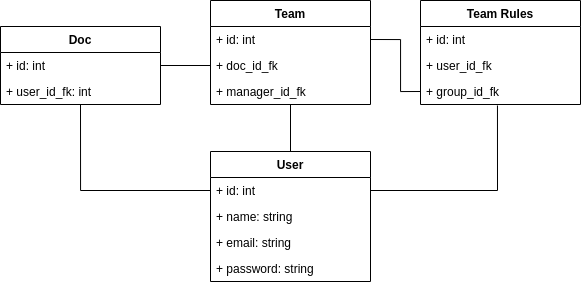
The draw.io diagram docs/Rule-Permissions.png in joaomede/api-doc-js-sdk, before a commit. Source tidied: cells renumbered, new cells last; positions are measured from the earlier drawing's top-left corner, leaving out a move shared by most shapes.
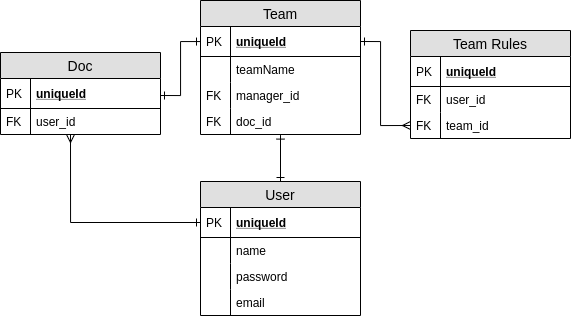
The same diagram one commit later.

Change to the diagram source:
```diff
@@ -2,78 +2,123 @@
   <root>
     <mxCell id="0" />
     <mxCell id="1" parent="0" />
-    <mxCell id="2" value="User" style="swimlane;fontStyle=1;align=center;verticalAlign=top;horizontal=1;startSize=26;" parent="1" vertex="1">
-      <mxGeometry x="210" y="151" width="160" height="130" as="geometry" />
+    <mxCell id="2" style="edgeStyle=orthogonalEdgeStyle;rounded=0;jettySize=auto;html=1;exitX=0;exitY=0.5;exitDx=0;exitDy=0;entryX=1;entryY=0.5;entryDx=0;entryDy=0;startArrow=ERmany;startFill=0;endArrow=ERone;endFill=0;" parent="1" edge="1" source="25" target="28">
+      <mxGeometry relative="1" as="geometry">
+        <Array as="points">
+          <mxPoint x="390" y="-56" />
+          <mxPoint x="390" y="-140" />
+        </Array>
+      </mxGeometry>
     </mxCell>
-    <mxCell id="3" value="+ id: int" style="text;strokeColor=none;fillColor=none;align=left;verticalAlign=top;spacingLeft=4;spacingRight=4;overflow=hidden;points=[[0,0.5],[1,0.5]];portConstraint=eastwest;" parent="2" vertex="1">
-      <mxGeometry y="26" width="160" height="26" as="geometry" />
+    <mxCell id="3" style="edgeStyle=orthogonalEdgeStyle;rounded=0;jettySize=auto;html=1;startArrow=ERmany;startFill=0;endArrow=ERone;endFill=0;entryX=0;entryY=0.5;entryDx=0;entryDy=0;" parent="1" edge="1" target="12">
+      <mxGeometry relative="1" as="geometry">
+        <mxPoint x="80" y="-47" as="sourcePoint" />
+        <Array as="points">
+          <mxPoint x="80" y="41" />
+        </Array>
+      </mxGeometry>
     </mxCell>
-    <mxCell id="4" value="+ name: string" style="text;strokeColor=none;fillColor=none;align=left;verticalAlign=top;spacingLeft=4;spacingRight=4;overflow=hidden;" parent="2" vertex="1">
-      <mxGeometry y="52" width="160" height="26" as="geometry" />
+    <mxCell id="4" style="edgeStyle=orthogonalEdgeStyle;rounded=0;jettySize=auto;html=1;exitX=1;exitY=0.5;exitDx=0;exitDy=0;startArrow=ERone;startFill=0;endArrow=ERone;endFill=0;" parent="1" edge="1" target="28">
+      <mxGeometry relative="1" as="geometry">
+        <mxPoint x="170" y="-86" as="sourcePoint" />
+        <Array as="points">
+          <mxPoint x="190" y="-86" />
+          <mxPoint x="190" y="-140" />
+        </Array>
+      </mxGeometry>
     </mxCell>
-    <mxCell id="5" value="+ email: string" style="text;strokeColor=none;fillColor=none;align=left;verticalAlign=top;spacingLeft=4;spacingRight=4;overflow=hidden;" parent="2" vertex="1">
-      <mxGeometry y="78" width="160" height="26" as="geometry" />
+    <mxCell id="5" value="Doc" style="swimlane;fontStyle=0;horizontal=1;startSize=26;fillColor=#e0e0e0;swimlaneFillColor=#ffffff;align=center;fontSize=14;" parent="1" vertex="1">
+      <mxGeometry x="10" y="-129" width="160" height="82" as="geometry" />
     </mxCell>
-    <mxCell id="6" value="+ password: string" style="text;strokeColor=none;fillColor=none;align=left;verticalAlign=top;spacingLeft=4;spacingRight=4;overflow=hidden;" parent="2" vertex="1">
-      <mxGeometry y="104" width="160" height="26" as="geometry" />
+    <mxCell id="6" value="uniqueId" style="shape=partialRectangle;top=0;left=0;right=0;bottom=1;align=left;verticalAlign=middle;fillColor=none;spacingLeft=34;spacingRight=4;overflow=hidden;fontStyle=5;fontSize=12;" parent="5" vertex="1">
+      <mxGeometry y="26" width="160" height="30" as="geometry" />
     </mxCell>
-    <mxCell id="7" value="Doc" style="swimlane;fontStyle=1;align=center;verticalAlign=top;horizontal=1;startSize=26;" parent="1" vertex="1">
-      <mxGeometry y="26" width="160" height="78" as="geometry" />
+    <mxCell id="7" value="PK" style="shape=partialRectangle;top=0;left=0;bottom=0;fillColor=none;align=left;verticalAlign=middle;spacingLeft=4;spacingRight=4;overflow=hidden;fontSize=12;" parent="6" vertex="1">
+      <mxGeometry width="30" height="30" as="geometry" />
     </mxCell>
-    <mxCell id="8" value="+ id: int" style="text;strokeColor=none;fillColor=none;align=left;verticalAlign=top;spacingLeft=4;spacingRight=4;overflow=hidden;points=[[0,0.5],[1,0.5]];portConstraint=eastwest;" parent="7" vertex="1">
-      <mxGeometry y="26" width="160" height="26" as="geometry" />
+    <mxCell id="8" value="user_id" style="shape=partialRectangle;top=0;left=0;right=0;bottom=0;align=left;verticalAlign=top;fillColor=none;spacingLeft=34;spacingRight=4;overflow=hidden;points=[[0,0.5],[1,0.5]];portConstraint=eastwest;fontSize=12;" parent="5" vertex="1">
+      <mxGeometry y="56" width="160" height="26" as="geometry" />
     </mxCell>
-    <mxCell id="9" value="+ user_id_fk: int" style="text;strokeColor=none;fillColor=none;align=left;verticalAlign=top;spacingLeft=4;spacingRight=4;overflow=hidden;" parent="7" vertex="1">
-      <mxGeometry y="52" width="160" height="26" as="geometry" />
+    <mxCell id="9" value="FK" style="shape=partialRectangle;top=0;left=0;bottom=0;fillColor=none;align=left;verticalAlign=top;spacingLeft=4;spacingRight=4;overflow=hidden;fontSize=12;" parent="8" vertex="1">
+      <mxGeometry width="30" height="26" as="geometry" />
     </mxCell>
-    <mxCell id="10" style="edgeStyle=orthogonalEdgeStyle;rounded=0;jettySize=auto;html=1;entryX=0.5;entryY=0;entryDx=0;entryDy=0;startArrow=none;startFill=0;endArrow=none;endFill=0;" parent="1" edge="1" source="11" target="2">
+    <mxCell id="10" style="edgeStyle=orthogonalEdgeStyle;rounded=0;jettySize=auto;html=1;entryX=0.5;entryY=1.023;entryDx=0;entryDy=0;entryPerimeter=0;startArrow=ERone;startFill=0;endArrow=ERone;endFill=0;" parent="1" edge="1" source="11" target="34">
       <mxGeometry relative="1" as="geometry" />
     </mxCell>
-    <mxCell id="11" value="Team" style="swimlane;fontStyle=1;align=center;verticalAlign=top;horizontal=1;startSize=26;" parent="1" vertex="1">
-      <mxGeometry x="210" width="160" height="104" as="geometry" />
+    <mxCell id="11" value="User" style="swimlane;fontStyle=0;horizontal=1;startSize=26;fillColor=#e0e0e0;swimlaneFillColor=#ffffff;align=center;fontSize=14;" parent="1" vertex="1">
+      <mxGeometry x="210" width="160" height="134" as="geometry" />
     </mxCell>
-    <mxCell id="12" value="+ id: int" style="text;strokeColor=none;fillColor=none;align=left;verticalAlign=top;spacingLeft=4;spacingRight=4;overflow=hidden;points=[[0,0.5],[1,0.5]];portConstraint=eastwest;" parent="11" vertex="1">
-      <mxGeometry y="26" width="160" height="26" as="geometry" />
+    <mxCell id="12" value="uniqueId" style="shape=partialRectangle;top=0;left=0;right=0;bottom=1;align=left;verticalAlign=middle;fillColor=none;spacingLeft=34;spacingRight=4;overflow=hidden;points=[[0,0.5],[1,0.5]];portConstraint=eastwest;fontStyle=5;fontSize=12;" parent="11" vertex="1">
+      <mxGeometry y="26" width="160" height="30" as="geometry" />
     </mxCell>
-    <mxCell id="13" value="+ doc_id_fk" style="text;strokeColor=none;fillColor=none;align=left;verticalAlign=top;spacingLeft=4;spacingRight=4;overflow=hidden;points=[[0,0.5],[1,0.5]];portConstraint=eastwest;" parent="11" vertex="1">
-      <mxGeometry y="52" width="160" height="26" as="geometry" />
+    <mxCell id="13" value="PK" style="shape=partialRectangle;top=0;left=0;bottom=0;fillColor=none;align=left;verticalAlign=middle;spacingLeft=4;spacingRight=4;overflow=hidden;points=[];portConstraint=eastwest;fontSize=12;" parent="12" vertex="1">
+      <mxGeometry width="30" height="30" as="geometry" />
     </mxCell>
-    <mxCell id="14" value="+ manager_id_fk" style="text;strokeColor=none;fillColor=none;align=left;verticalAlign=top;spacingLeft=4;spacingRight=4;overflow=hidden;" parent="11" vertex="1">
-      <mxGeometry y="78" width="160" height="26" as="geometry" />
+    <mxCell id="14" value="name" style="shape=partialRectangle;top=0;left=0;right=0;bottom=0;align=left;verticalAlign=top;fillColor=none;spacingLeft=34;spacingRight=4;overflow=hidden;fontSize=12;" parent="11" vertex="1">
+      <mxGeometry y="56" width="160" height="26" as="geometry" />
     </mxCell>
-    <mxCell id="15" value="Team Rules" style="swimlane;fontStyle=1;align=center;verticalAlign=top;horizontal=1;startSize=26;" parent="1" vertex="1">
-      <mxGeometry x="420" width="160" height="104" as="geometry" />
+    <mxCell id="15" style="shape=partialRectangle;top=0;left=0;bottom=0;fillColor=none;align=left;verticalAlign=top;spacingLeft=4;spacingRight=4;overflow=hidden;fontSize=12;" parent="14" vertex="1">
+      <mxGeometry width="30" height="26" as="geometry" />
     </mxCell>
-    <mxCell id="16" value="+ id: int" style="text;strokeColor=none;fillColor=none;align=left;verticalAlign=top;spacingLeft=4;spacingRight=4;overflow=hidden;" parent="15" vertex="1">
-      <mxGeometry y="26" width="160" height="26" as="geometry" />
+    <mxCell id="16" value="password" style="shape=partialRectangle;top=0;left=0;right=0;bottom=0;align=left;verticalAlign=top;fillColor=none;spacingLeft=34;spacingRight=4;overflow=hidden;fontSize=12;" parent="11" vertex="1">
+      <mxGeometry y="82" width="160" height="26" as="geometry" />
     </mxCell>
-    <mxCell id="17" value="+ user_id_fk" style="text;strokeColor=none;fillColor=none;align=left;verticalAlign=top;spacingLeft=4;spacingRight=4;overflow=hidden;" parent="15" vertex="1">
-      <mxGeometry y="52" width="160" height="26" as="geometry" />
+    <mxCell id="17" style="shape=partialRectangle;top=0;left=0;bottom=0;fillColor=none;align=left;verticalAlign=top;spacingLeft=4;spacingRight=4;overflow=hidden;fontSize=12;" parent="16" vertex="1">
+      <mxGeometry width="30" height="26" as="geometry" />
     </mxCell>
-    <mxCell id="18" value="+ group_id_fk" style="text;strokeColor=none;fillColor=none;align=left;verticalAlign=top;spacingLeft=4;spacingRight=4;overflow=hidden;points=[[0,0.5],[1,0.5]];portConstraint=eastwest;" parent="15" vertex="1">
-      <mxGeometry y="78" width="160" height="26" as="geometry" />
+    <mxCell id="18" value="email" style="shape=partialRectangle;top=0;left=0;right=0;bottom=0;align=left;verticalAlign=top;fillColor=none;spacingLeft=34;spacingRight=4;overflow=hidden;points=[[0,0.5],[1,0.5]];portConstraint=eastwest;fontSize=12;" parent="11" vertex="1">
+      <mxGeometry y="108" width="160" height="26" as="geometry" />
     </mxCell>
-    <mxCell id="19" style="edgeStyle=orthogonalEdgeStyle;rounded=0;jettySize=auto;html=1;exitX=0.481;exitY=1.038;exitDx=0;exitDy=0;entryX=1;entryY=0.5;entryDx=0;entryDy=0;startArrow=none;startFill=0;endArrow=none;endFill=0;exitPerimeter=0;" parent="1" edge="1" source="18" target="3">
-      <mxGeometry relative="1" as="geometry" />
+    <mxCell id="19" style="shape=partialRectangle;top=0;left=0;bottom=0;fillColor=none;align=left;verticalAlign=top;spacingLeft=4;spacingRight=4;overflow=hidden;fontSize=12;" parent="18" vertex="1">
+      <mxGeometry width="30" height="26" as="geometry" />
     </mxCell>
-    <mxCell id="20" style="edgeStyle=orthogonalEdgeStyle;rounded=0;jettySize=auto;html=1;exitX=0;exitY=0.5;exitDx=0;exitDy=0;entryX=1;entryY=0.5;entryDx=0;entryDy=0;startArrow=none;startFill=0;endArrow=none;endFill=0;" parent="1" edge="1" source="18" target="12">
-      <mxGeometry relative="1" as="geometry">
-        <Array as="points">
-          <mxPoint x="400" y="91" />
-          <mxPoint x="400" y="39" />
-        </Array>
-      </mxGeometry>
+    <mxCell id="20" value="Team Rules" style="swimlane;fontStyle=0;horizontal=1;startSize=26;fillColor=#e0e0e0;swimlaneFillColor=#ffffff;align=center;fontSize=14;" parent="1" vertex="1">
+      <mxGeometry x="420" y="-151" width="160" height="108" as="geometry" />
     </mxCell>
-    <mxCell id="21" style="edgeStyle=orthogonalEdgeStyle;rounded=0;jettySize=auto;html=1;entryX=0;entryY=0.5;entryDx=0;entryDy=0;startArrow=none;startFill=0;endArrow=none;endFill=0;" parent="1" edge="1" target="3">
-      <mxGeometry relative="1" as="geometry">
-        <mxPoint x="80" y="104" as="sourcePoint" />
-        <Array as="points">
-          <mxPoint x="80" y="190" />
-        </Array>
-      </mxGeometry>
+    <mxCell id="21" value="uniqueId" style="shape=partialRectangle;top=0;left=0;right=0;bottom=1;align=left;verticalAlign=middle;fillColor=none;spacingLeft=34;spacingRight=4;overflow=hidden;fontStyle=5;fontSize=12;" parent="20" vertex="1">
+      <mxGeometry y="26" width="160" height="30" as="geometry" />
     </mxCell>
-    <mxCell id="22" style="edgeStyle=orthogonalEdgeStyle;rounded=0;jettySize=auto;html=1;exitX=1;exitY=0.5;exitDx=0;exitDy=0;entryX=0;entryY=0.5;entryDx=0;entryDy=0;startArrow=none;startFill=0;endArrow=none;endFill=0;" parent="1" edge="1" source="8" target="13">
-      <mxGeometry relative="1" as="geometry" />
+    <mxCell id="22" value="PK" style="shape=partialRectangle;top=0;left=0;bottom=0;fillColor=none;align=left;verticalAlign=middle;spacingLeft=4;spacingRight=4;overflow=hidden;fontSize=12;" parent="21" vertex="1">
+      <mxGeometry width="30" height="30" as="geometry" />
     </mxCell>
+    <mxCell id="23" value="user_id" style="shape=partialRectangle;top=0;left=0;right=0;bottom=0;align=left;verticalAlign=top;fillColor=none;spacingLeft=34;spacingRight=4;overflow=hidden;fontSize=12;" parent="20" vertex="1">
+      <mxGeometry y="56" width="160" height="26" as="geometry" />
+    </mxCell>
+    <mxCell id="24" value="FK" style="shape=partialRectangle;top=0;left=0;bottom=0;fillColor=none;align=left;verticalAlign=top;spacingLeft=4;spacingRight=4;overflow=hidden;fontSize=12;" parent="23" vertex="1">
+      <mxGeometry width="30" height="26" as="geometry" />
+    </mxCell>
+    <mxCell id="25" value="team_id" style="shape=partialRectangle;top=0;left=0;right=0;bottom=0;align=left;verticalAlign=top;fillColor=none;spacingLeft=34;spacingRight=4;overflow=hidden;points=[[0,0.5],[1,0.5]];portConstraint=eastwest;fontSize=12;" parent="20" vertex="1">
+      <mxGeometry y="82" width="160" height="26" as="geometry" />
+    </mxCell>
+    <mxCell id="26" value="FK" style="shape=partialRectangle;top=0;left=0;bottom=0;fillColor=none;align=left;verticalAlign=top;spacingLeft=4;spacingRight=4;overflow=hidden;fontSize=12;" parent="25" vertex="1">
+      <mxGeometry width="30" height="26" as="geometry" />
+    </mxCell>
+    <mxCell id="27" value="Team" style="swimlane;fontStyle=0;horizontal=1;startSize=26;fillColor=#e0e0e0;swimlaneFillColor=#ffffff;align=center;fontSize=14;" parent="1" vertex="1">
+      <mxGeometry x="210" y="-181" width="160" height="134" as="geometry" />
+    </mxCell>
+    <mxCell id="28" value="uniqueId" style="shape=partialRectangle;top=0;left=0;right=0;bottom=1;align=left;verticalAlign=middle;fillColor=none;spacingLeft=34;spacingRight=4;overflow=hidden;points=[[0,0.5],[1,0.5]];portConstraint=eastwest;fontStyle=5;fontSize=12;" parent="27" vertex="1">
+      <mxGeometry y="26" width="160" height="30" as="geometry" />
+    </mxCell>
+    <mxCell id="29" value="PK" style="shape=partialRectangle;top=0;left=0;bottom=0;fillColor=none;align=left;verticalAlign=middle;spacingLeft=4;spacingRight=4;overflow=hidden;fontSize=12;" parent="28" vertex="1">
+      <mxGeometry width="30" height="30" as="geometry" />
+    </mxCell>
+    <mxCell id="30" value="teamName" style="shape=partialRectangle;top=0;left=0;right=0;bottom=0;align=left;verticalAlign=top;fillColor=none;spacingLeft=34;spacingRight=4;overflow=hidden;fontSize=12;" parent="27" vertex="1">
+      <mxGeometry y="56" width="160" height="26" as="geometry" />
+    </mxCell>
+    <mxCell id="31" style="shape=partialRectangle;top=0;left=0;bottom=0;fillColor=none;align=left;verticalAlign=top;spacingLeft=4;spacingRight=4;overflow=hidden;fontSize=12;" parent="30" vertex="1">
+      <mxGeometry width="30" height="26" as="geometry" />
+    </mxCell>
+    <mxCell id="32" value="manager_id" style="shape=partialRectangle;top=0;left=0;right=0;bottom=0;align=left;verticalAlign=top;fillColor=none;spacingLeft=34;spacingRight=4;overflow=hidden;fontSize=12;" parent="27" vertex="1">
+      <mxGeometry y="82" width="160" height="26" as="geometry" />
+    </mxCell>
+    <mxCell id="33" value="FK" style="shape=partialRectangle;top=0;left=0;bottom=0;fillColor=none;align=left;verticalAlign=top;spacingLeft=4;spacingRight=4;overflow=hidden;fontSize=12;" parent="32" vertex="1">
+      <mxGeometry width="30" height="26" as="geometry" />
+    </mxCell>
+    <mxCell id="34" value="doc_id" style="shape=partialRectangle;top=0;left=0;right=0;bottom=0;align=left;verticalAlign=top;fillColor=none;spacingLeft=34;spacingRight=4;overflow=hidden;points=[[0,0.5],[1,0.5]];portConstraint=eastwest;fontSize=12;" parent="27" vertex="1">
+      <mxGeometry y="108" width="160" height="26" as="geometry" />
+    </mxCell>
+    <mxCell id="35" value="FK" style="shape=partialRectangle;top=0;left=0;bottom=0;fillColor=none;align=left;verticalAlign=top;spacingLeft=4;spacingRight=4;overflow=hidden;fontSize=12;" parent="34" vertex="1">
+      <mxGeometry width="30" height="26" as="geometry" />
+    </mxCell>
   </root>
 </mxGraphModel>
```
